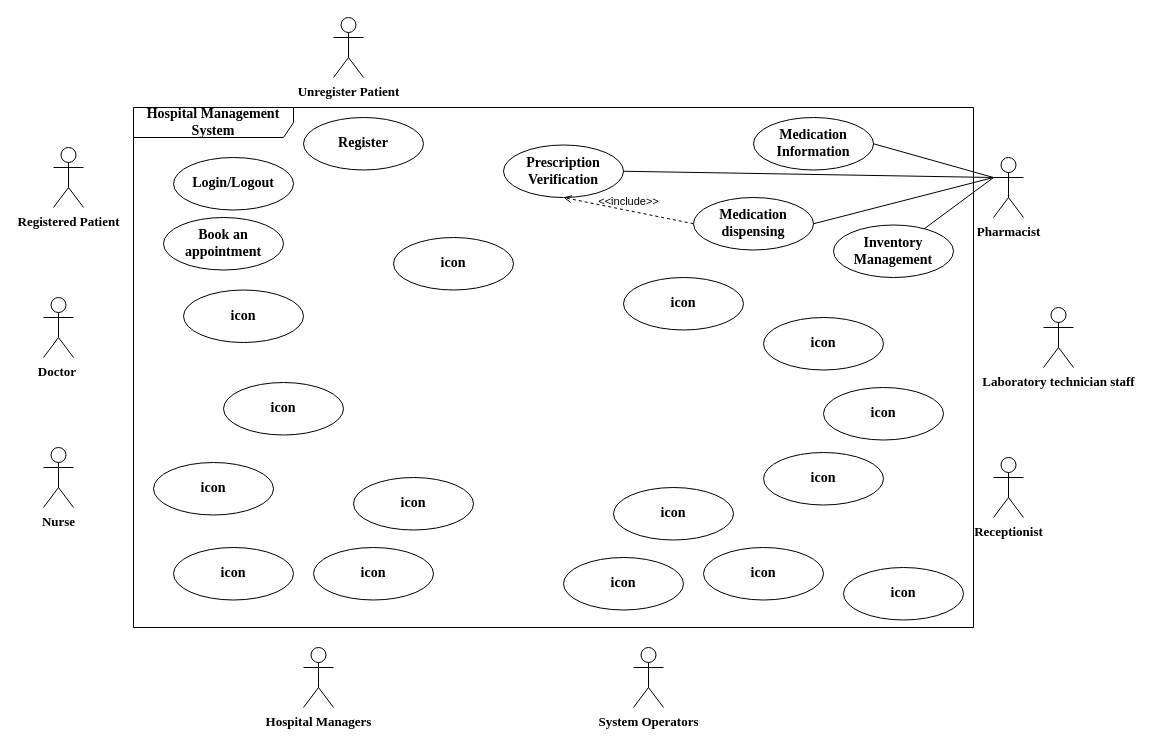
Before: Use Case  Diagram.drawio in FOMOKN/Software-Engineering, a draw.io diagram. Source tidied: cells renumbered, new cells numbered last; positions are measured from the earlier drawing's top-left corner, leaving out a move shared by most shapes. Both pictures are drawn from the tidied source at 100%, with x=0, y=0 at pixel (43, 17).
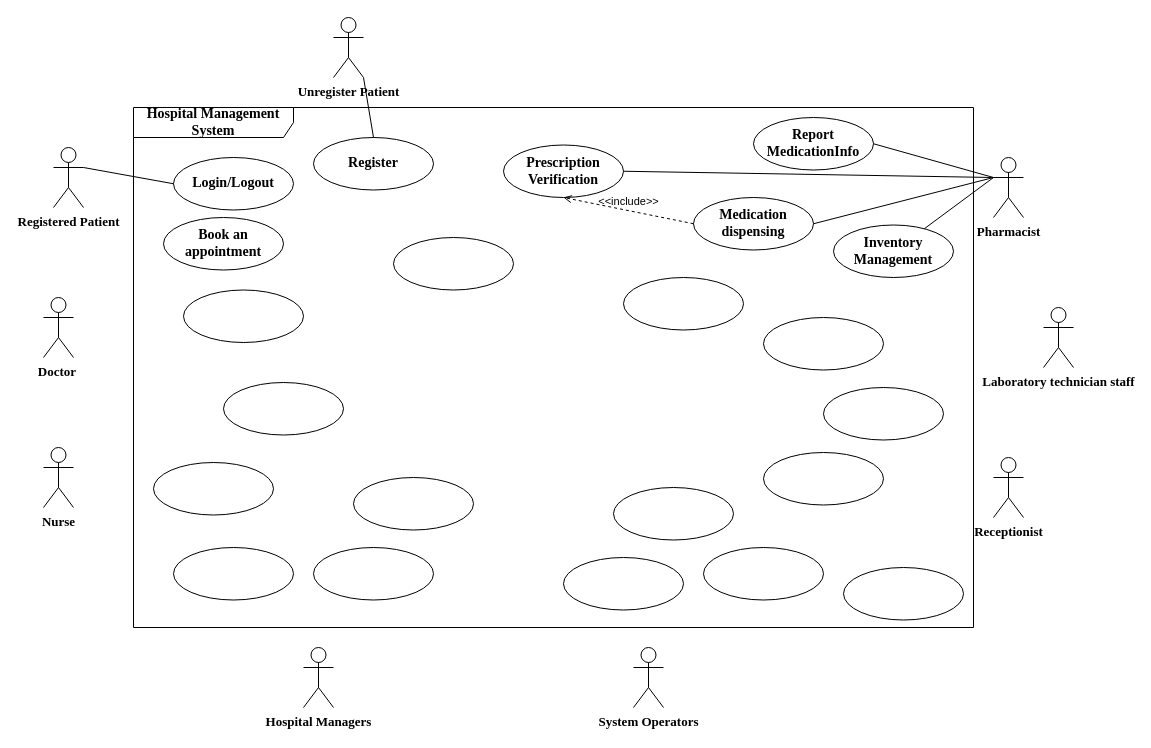
Above is the later version.

Unchanged cells that the change refers to:
```xml
<mxCell id="2" value="&lt;font size=&quot;1&quot; face=&quot;Times New Roman&quot;&gt;&lt;b style=&quot;font-size: 14px;&quot;&gt;Hospital Management System&lt;/b&gt;&lt;/font&gt;" style="shape=umlFrame;whiteSpace=wrap;html=1;width=160;" parent="1" vertex="1">
  <mxGeometry x="90" y="90" width="840" height="520" as="geometry" />
</mxCell>
<mxCell id="3" value="Login/Logout" style="ellipse;html=1;whiteSpace=wrap;fontFamily=Times New Roman;fontStyle=1;fontSize=14;" parent="2" vertex="1">
  <mxGeometry x="40" y="50" width="120" height="52.5" as="geometry" />
</mxCell>
<mxCell id="27" value="&lt;font size=&quot;1&quot; face=&quot;Times New Roman&quot;&gt;&lt;b style=&quot;font-size: 13px;&quot;&gt;Registered Patient&lt;/b&gt;&lt;/font&gt;" style="shape=umlActor;verticalLabelPosition=bottom;verticalAlign=top;html=1;" parent="1" vertex="1">
  <mxGeometry x="10" y="130" width="30" height="60" as="geometry" />
</mxCell>
<mxCell id="37" value="&lt;font size=&quot;1&quot; face=&quot;Times New Roman&quot;&gt;&lt;b style=&quot;font-size: 13px;&quot;&gt;Unregister Patient&lt;/b&gt;&lt;/font&gt;" style="shape=umlActor;verticalLabelPosition=bottom;verticalAlign=top;html=1;" parent="1" vertex="1">
  <mxGeometry x="290" width="30" height="60" as="geometry" />
</mxCell>
```

The edit, as a diff of the source:
```diff
@@
-    <mxCell id="6" value="Medication Information" style="ellipse;html=1;whiteSpace=wrap;fontStyle=1;fontSize=14;fontFamily=Times New Roman;" parent="2" vertex="1">
+    <mxCell id="6" value="Report MedicationInfo" style="ellipse;html=1;whiteSpace=wrap;fontStyle=1;fontSize=14;fontFamily=Times New Roman;" parent="2" vertex="1">
       <mxGeometry x="620" y="10" width="120" height="52.5" as="geometry" />
     </mxCell>
-    <mxCell id="7" value="&lt;font size=&quot;1&quot; face=&quot;Times New Roman&quot;&gt;&lt;b style=&quot;font-size: 14px;&quot;&gt;icon&lt;/b&gt;&lt;/font&gt;" style="ellipse;html=1;whiteSpace=wrap;" parent="2" vertex="1">
+    <mxCell id="7" style="ellipse;html=1;whiteSpace=wrap;" parent="2" vertex="1">
       <mxGeometry x="490" y="170" width="120" height="52.5" as="geometry" />
     </mxCell>
@@
     <mxCell id="9" value="Register" style="ellipse;html=1;whiteSpace=wrap;fontFamily=Times New Roman;fontStyle=1;fontSize=14;" parent="2" vertex="1">
-      <mxGeometry x="170" y="10" width="120" height="52.5" as="geometry" />
+      <mxGeometry x="180" y="30" width="120" height="52.5" as="geometry" />
     </mxCell>
@@
-    <mxCell id="11" value="&lt;font size=&quot;1&quot; face=&quot;Times New Roman&quot;&gt;&lt;b style=&quot;font-size: 14px;&quot;&gt;icon&lt;/b&gt;&lt;/font&gt;" style="ellipse;html=1;whiteSpace=wrap;" parent="2" vertex="1">
+    <mxCell id="11" style="ellipse;html=1;whiteSpace=wrap;" parent="2" vertex="1">
       <mxGeometry x="630" y="345" width="120" height="52.5" as="geometry" />
     </mxCell>
-    <mxCell id="12" value="&lt;font size=&quot;1&quot; face=&quot;Times New Roman&quot;&gt;&lt;b style=&quot;font-size: 14px;&quot;&gt;icon&lt;/b&gt;&lt;/font&gt;" style="ellipse;html=1;whiteSpace=wrap;" parent="2" vertex="1">
+    <mxCell id="12" style="ellipse;html=1;whiteSpace=wrap;" parent="2" vertex="1">
       <mxGeometry x="480" y="380" width="120" height="52.5" as="geometry" />
     </mxCell>
-    <mxCell id="13" value="&lt;font size=&quot;1&quot; face=&quot;Times New Roman&quot;&gt;&lt;b style=&quot;font-size: 14px;&quot;&gt;icon&lt;/b&gt;&lt;/font&gt;" style="ellipse;html=1;whiteSpace=wrap;" parent="2" vertex="1">
+    <mxCell id="13" style="ellipse;html=1;whiteSpace=wrap;" parent="2" vertex="1">
       <mxGeometry x="220" y="370" width="120" height="52.5" as="geometry" />
     </mxCell>
-    <mxCell id="14" value="&lt;font size=&quot;1&quot; face=&quot;Times New Roman&quot;&gt;&lt;b style=&quot;font-size: 14px;&quot;&gt;icon&lt;/b&gt;&lt;/font&gt;" style="ellipse;html=1;whiteSpace=wrap;" parent="2" vertex="1">
+    <mxCell id="14" style="ellipse;html=1;whiteSpace=wrap;" parent="2" vertex="1">
       <mxGeometry x="50" y="182.5" width="120" height="52.5" as="geometry" />
     </mxCell>
-    <mxCell id="15" value="&lt;font size=&quot;1&quot; face=&quot;Times New Roman&quot;&gt;&lt;b style=&quot;font-size: 14px;&quot;&gt;icon&lt;/b&gt;&lt;/font&gt;" style="ellipse;html=1;whiteSpace=wrap;" parent="2" vertex="1">
+    <mxCell id="15" style="ellipse;html=1;whiteSpace=wrap;" parent="2" vertex="1">
       <mxGeometry x="90" y="275" width="120" height="52.5" as="geometry" />
     </mxCell>
-    <mxCell id="16" value="&lt;font size=&quot;1&quot; face=&quot;Times New Roman&quot;&gt;&lt;b style=&quot;font-size: 14px;&quot;&gt;icon&lt;/b&gt;&lt;/font&gt;" style="ellipse;html=1;whiteSpace=wrap;" parent="2" vertex="1">
+    <mxCell id="16" style="ellipse;html=1;whiteSpace=wrap;" parent="2" vertex="1">
       <mxGeometry x="430" y="450" width="120" height="52.5" as="geometry" />
     </mxCell>
-    <mxCell id="17" value="&lt;font size=&quot;1&quot; face=&quot;Times New Roman&quot;&gt;&lt;b style=&quot;font-size: 14px;&quot;&gt;icon&lt;/b&gt;&lt;/font&gt;" style="ellipse;html=1;whiteSpace=wrap;" parent="2" vertex="1">
+    <mxCell id="17" style="ellipse;html=1;whiteSpace=wrap;" parent="2" vertex="1">
       <mxGeometry x="260" y="130" width="120" height="52.5" as="geometry" />
     </mxCell>
-    <mxCell id="18" value="&lt;font size=&quot;1&quot; face=&quot;Times New Roman&quot;&gt;&lt;b style=&quot;font-size: 14px;&quot;&gt;icon&lt;/b&gt;&lt;/font&gt;" style="ellipse;html=1;whiteSpace=wrap;" parent="2" vertex="1">
+    <mxCell id="18" style="ellipse;html=1;whiteSpace=wrap;" parent="2" vertex="1">
       <mxGeometry x="20" y="355" width="120" height="52.5" as="geometry" />
     </mxCell>
-    <mxCell id="19" value="&lt;font size=&quot;1&quot; face=&quot;Times New Roman&quot;&gt;&lt;b style=&quot;font-size: 14px;&quot;&gt;icon&lt;/b&gt;&lt;/font&gt;" style="ellipse;html=1;whiteSpace=wrap;" parent="2" vertex="1">
+    <mxCell id="19" style="ellipse;html=1;whiteSpace=wrap;" parent="2" vertex="1">
       <mxGeometry x="570" y="440" width="120" height="52.5" as="geometry" />
     </mxCell>
-    <mxCell id="20" value="&lt;font size=&quot;1&quot; face=&quot;Times New Roman&quot;&gt;&lt;b style=&quot;font-size: 14px;&quot;&gt;icon&lt;/b&gt;&lt;/font&gt;" style="ellipse;html=1;whiteSpace=wrap;" parent="2" vertex="1">
+    <mxCell id="20" style="ellipse;html=1;whiteSpace=wrap;" parent="2" vertex="1">
       <mxGeometry x="40" y="440" width="120" height="52.5" as="geometry" />
     </mxCell>
-    <mxCell id="21" value="&lt;font size=&quot;1&quot; face=&quot;Times New Roman&quot;&gt;&lt;b style=&quot;font-size: 14px;&quot;&gt;icon&lt;/b&gt;&lt;/font&gt;" style="ellipse;html=1;whiteSpace=wrap;" parent="2" vertex="1">
+    <mxCell id="21" style="ellipse;html=1;whiteSpace=wrap;" parent="2" vertex="1">
       <mxGeometry x="630" y="210" width="120" height="52.5" as="geometry" />
     </mxCell>
-    <mxCell id="22" value="&lt;font size=&quot;1&quot; face=&quot;Times New Roman&quot;&gt;&lt;b style=&quot;font-size: 14px;&quot;&gt;icon&lt;/b&gt;&lt;/font&gt;" style="ellipse;html=1;whiteSpace=wrap;" parent="2" vertex="1">
+    <mxCell id="22" style="ellipse;html=1;whiteSpace=wrap;" parent="2" vertex="1">
       <mxGeometry x="690" y="280" width="120" height="52.5" as="geometry" />
     </mxCell>
-    <mxCell id="23" value="&lt;font size=&quot;1&quot; face=&quot;Times New Roman&quot;&gt;&lt;b style=&quot;font-size: 14px;&quot;&gt;icon&lt;/b&gt;&lt;/font&gt;" style="ellipse;html=1;whiteSpace=wrap;" parent="2" vertex="1">
+    <mxCell id="23" style="ellipse;html=1;whiteSpace=wrap;" parent="2" vertex="1">
       <mxGeometry x="710" y="460" width="120" height="52.5" as="geometry" />
     </mxCell>
-    <mxCell id="24" value="&lt;font size=&quot;1&quot; face=&quot;Times New Roman&quot;&gt;&lt;b style=&quot;font-size: 14px;&quot;&gt;icon&lt;/b&gt;&lt;/font&gt;" style="ellipse;html=1;whiteSpace=wrap;" parent="2" vertex="1">
+    <mxCell id="24" style="ellipse;html=1;whiteSpace=wrap;" parent="2" vertex="1">
       <mxGeometry x="180" y="440" width="120" height="52.5" as="geometry" />
     </mxCell>
@@
+    <mxCell id="39" style="endArrow=none;html=1;rounded=0;entryX=1;entryY=1;entryDx=0;entryDy=0;entryPerimeter=0;exitX=0.5;exitY=0;exitDx=0;exitDy=0;" parent="1" edge="1" source="9" target="37">
+      <mxGeometry relative="1" as="geometry" />
+    </mxCell>
+    <mxCell id="40" style="endArrow=none;html=1;rounded=0;exitX=1;exitY=0.3333333333333333;exitDx=0;exitDy=0;exitPerimeter=0;entryX=0;entryY=0.5;entryDx=0;entryDy=0;" parent="1" edge="1" source="27" target="3">
+      <mxGeometry relative="1" as="geometry" />
+    </mxCell>
```
